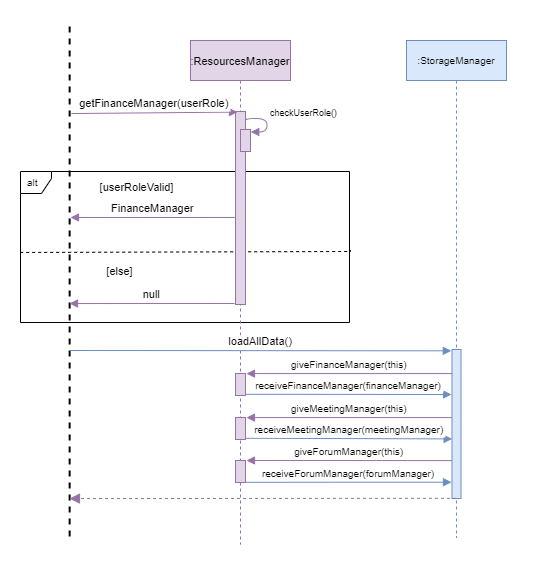
The draw.io diagram docs/developerGuideDiagrams/resourcesSequenceDiagram.png in theeugenechong/tp, before a commit. Source tidied: cells renumbered, new cells last; positions are measured from the earlier drawing's top-left corner, leaving out a move shared by most shapes.
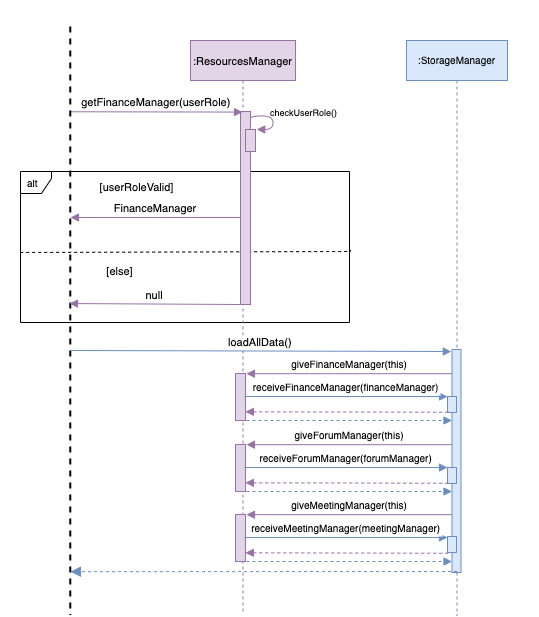
Later version of the same file.

Commit message:
updated resources sequence diagram

Change to the diagram source:
```diff
@@ -17,53 +17,45 @@
       </mxGeometry>
     </mxCell>
     <mxCell id="5" value=":ResourcesManager" style="shape=umlLifeline;perimeter=lifelinePerimeter;rounded=0;shadow=0;strokeWidth=1;fontFamily=Helvetica;fontSize=11;fillColor=#e1d5e7;strokeColor=#9673a6;" parent="1" vertex="1">
-      <mxGeometry x="190" y="40" width="100" height="504" as="geometry" />
+      <mxGeometry x="190" y="40" width="105" height="571" as="geometry" />
     </mxCell>
     <mxCell id="6" style="points=[];perimeter=orthogonalPerimeter;rounded=0;shadow=0;strokeWidth=1;fontFamily=Helvetica;fontSize=11;fillColor=#e1d5e7;strokeColor=#9673a6;" parent="5" vertex="1">
-      <mxGeometry x="45" y="71" width="10" height="193" as="geometry" />
+      <mxGeometry x="50" y="71" width="10" height="193" as="geometry" />
     </mxCell>
     <mxCell id="7" style="points=[];perimeter=orthogonalPerimeter;rounded=0;shadow=0;strokeWidth=1;fontFamily=Helvetica;fontSize=11;fillColor=#e1d5e7;strokeColor=#9673a6;" parent="5" vertex="1">
-      <mxGeometry x="45" y="333" width="10" height="22" as="geometry" />
+      <mxGeometry x="45" y="333" width="10" height="47" as="geometry" />
     </mxCell>
-    <mxCell id="8" style="points=[];perimeter=orthogonalPerimeter;rounded=0;shadow=0;strokeWidth=1;fontFamily=Helvetica;fontSize=11;fillColor=#e1d5e7;strokeColor=#9673a6;" parent="5" vertex="1">
-      <mxGeometry x="45" y="377" width="10" height="22" as="geometry" />
-    </mxCell>
-    <mxCell id="9" value="giveMeetingManager(this)" style="verticalAlign=bottom;endArrow=block;shadow=0;strokeWidth=1;fontFamily=Helvetica;fontSize=10;fillColor=#e1d5e7;strokeColor=#9673a6;entryX=1.097;entryY=0.004;entryDx=0;entryDy=0;entryPerimeter=0;" parent="5" edge="1" target="8">
-      <mxGeometry relative="1" as="geometry">
-        <mxPoint x="261.5" y="377.1" as="sourcePoint" />
-      </mxGeometry>
-    </mxCell>
-    <mxCell id="10" style="perimeter=orthogonalPerimeter;rounded=0;shadow=0;strokeWidth=1;fontFamily=Helvetica;fontSize=11;fillColor=#e1d5e7;strokeColor=#9673a6;" parent="5" vertex="1">
-      <mxGeometry x="45" y="420" width="10" height="22" as="geometry" />
-    </mxCell>
-    <mxCell id="11" value="giveForumManager(this)" style="verticalAlign=bottom;endArrow=block;shadow=0;strokeWidth=1;fontFamily=Helvetica;fontSize=10;fillColor=#e1d5e7;strokeColor=#9673a6;" parent="5" edge="1">
-      <mxGeometry relative="1" as="geometry">
-        <mxPoint x="261.5" y="420.1" as="sourcePoint" />
-        <mxPoint x="56" y="420" as="targetPoint" />
-      </mxGeometry>
-    </mxCell>
-    <mxCell id="12" value="getFinanceManager(userRole)" style="verticalAlign=bottom;endArrow=block;shadow=0;strokeWidth=1;fontFamily=Helvetica;fontSize=11;fillColor=#e1d5e7;strokeColor=#9673a6;exitX=0.17;exitY=0.275;exitDx=0;exitDy=0;exitPerimeter=0;entryX=0.2;entryY=0.003;entryDx=0;entryDy=0;entryPerimeter=0;labelBorderColor=none;labelBackgroundColor=#FFFFFF;" parent="1" edge="1" source="13" target="6">
+    <mxCell id="12" value="getFinanceManager(userRole)" style="verticalAlign=bottom;endArrow=block;shadow=0;strokeWidth=1;fontFamily=Helvetica;fontSize=11;fillColor=#e1d5e7;strokeColor=#9673a6;entryX=0.2;entryY=0.003;entryDx=0;entryDy=0;entryPerimeter=0;labelBorderColor=none;labelBackgroundColor=#FFFFFF;exitX=0.145;exitY=0.564;exitDx=0;exitDy=0;exitPerimeter=0;" parent="1" edge="1" source="13" target="6">
       <mxGeometry relative="1" as="geometry" />
     </mxCell>
     <mxCell id="13" style="line;strokeWidth=2;direction=south;html=1;fontSize=10;dashed=1;" parent="1" vertex="1">
-      <mxGeometry x="65" y="26" width="8.3" height="512" as="geometry" />
+      <mxGeometry x="65" y="26" width="9.5" height="588" as="geometry" />
     </mxCell>
     <mxCell id="14" value=":StorageManager" style="shape=umlLifeline;perimeter=lifelinePerimeter;rounded=0;shadow=0;strokeWidth=1;fontFamily=Helvetica;fontSize=10;fillColor=#dae8fc;strokeColor=#6c8ebf;" parent="1" vertex="1">
-      <mxGeometry x="406" y="40" width="100" height="497" as="geometry" />
+      <mxGeometry x="406" y="40" width="101" height="575" as="geometry" />
     </mxCell>
     <mxCell id="15" style="points=[];perimeter=orthogonalPerimeter;rounded=0;shadow=0;strokeWidth=1;fontFamily=Helvetica;fontSize=11;fillColor=#dae8fc;strokeColor=#6c8ebf;" parent="14" vertex="1">
-      <mxGeometry x="45.5" y="309" width="9" height="149" as="geometry" />
+      <mxGeometry x="45.5" y="309" width="9" height="223" as="geometry" />
     </mxCell>
+    <mxCell id="29" style="points=[];perimeter=orthogonalPerimeter;rounded=0;shadow=0;strokeWidth=1;fontFamily=Helvetica;fontSize=11;fillColor=#dae8fc;strokeColor=#6c8ebf;" parent="14" vertex="1">
+      <mxGeometry x="41" y="356" width="9" height="16" as="geometry" />
+    </mxCell>
+    <mxCell id="30" style="perimeter=orthogonalPerimeter;rounded=0;shadow=0;strokeWidth=1;fontFamily=Helvetica;fontSize=11;fillColor=#dae8fc;strokeColor=#6c8ebf;" parent="14" vertex="1">
+      <mxGeometry x="41" y="427" width="9" height="16" as="geometry" />
+    </mxCell>
+    <mxCell id="31" style="perimeter=orthogonalPerimeter;rounded=0;shadow=0;strokeWidth=1;fontFamily=Helvetica;fontSize=11;fillColor=#dae8fc;strokeColor=#6c8ebf;" parent="14" vertex="1">
+      <mxGeometry x="41" y="496" width="9" height="16" as="geometry" />
+    </mxCell>
     <mxCell id="16" value="[userRoleValid]" style="text;html=1;align=center;verticalAlign=middle;strokeColor=none;fillColor=none;rounded=0;hachureGap=4;fontFamily=Helvetica;fontSize=11;" parent="1" vertex="1">
       <mxGeometry x="94" y="178" width="84" height="17" as="geometry" />
     </mxCell>
     <mxCell id="17" value="[else]" style="text;html=1;align=center;verticalAlign=middle;strokeColor=none;fillColor=none;rounded=0;hachureGap=4;fontFamily=Helvetica;fontSize=11;" parent="1" vertex="1">
       <mxGeometry x="101" y="262" width="36" height="17" as="geometry" />
     </mxCell>
-    <mxCell id="18" style="verticalAlign=bottom;endArrow=block;dashed=1;endSize=8;shadow=0;strokeWidth=1;fontFamily=Helvetica;fontSize=11;fillColor=#e1d5e7;strokeColor=#9673a6;endFill=1;exitX=0.447;exitY=0.999;exitDx=0;exitDy=0;exitPerimeter=0;entryX=0.889;entryY=0.517;entryDx=0;entryDy=0;entryPerimeter=0;" parent="1" edge="1">
+    <mxCell id="18" style="verticalAlign=bottom;endArrow=block;dashed=1;endSize=8;shadow=0;strokeWidth=1;fontFamily=Helvetica;fontSize=11;fillColor=#dae8fc;strokeColor=#6c8ebf;endFill=1;exitX=0.447;exitY=0.999;exitDx=0;exitDy=0;exitPerimeter=0;entryX=0.889;entryY=0.517;entryDx=0;entryDy=0;entryPerimeter=0;" parent="1" edge="1">
       <mxGeometry x="0.01" relative="1" as="geometry">
-        <mxPoint x="455.5" y="497.9" as="sourcePoint" />
-        <mxPoint x="69" y="498.1" as="targetPoint" />
+        <mxPoint x="456.5" y="571" as="sourcePoint" />
+        <mxPoint x="70" y="571.2" as="targetPoint" />
       </mxGeometry>
     </mxCell>
     <mxCell id="19" value="giveFinanceManager(this)" style="verticalAlign=bottom;endArrow=block;shadow=0;strokeWidth=1;fontFamily=Helvetica;fontSize=10;fillColor=#e1d5e7;strokeColor=#9673a6;entryX=1.097;entryY=0.004;entryDx=0;entryDy=0;entryPerimeter=0;" parent="1" edge="1" source="15" target="7">
@@ -71,17 +63,17 @@
     </mxCell>
     <mxCell id="20" style="curved=1;endArrow=block;html=1;rounded=0;fontFamily=Helvetica;fontSize=10;edgeStyle=orthogonalEdgeStyle;entryX=0.976;entryY=0.048;entryDx=0;entryDy=0;entryPerimeter=0;exitX=1.052;exitY=0.177;exitDx=0;exitDy=0;exitPerimeter=0;fillColor=#e1d5e7;strokeColor=#9673a6;endFill=1;" parent="1" edge="1">
       <mxGeometry relative="1" as="geometry">
-        <mxPoint x="245" y="120" as="sourcePoint" />
-        <mxPoint x="250.3" y="131.5" as="targetPoint" />
+        <mxPoint x="251" y="117.5" as="sourcePoint" />
+        <mxPoint x="256.2" y="129" as="targetPoint" />
         <Array as="points">
-          <mxPoint x="245.5" y="118" />
-          <mxPoint x="266.5" y="118" />
-          <mxPoint x="266.5" y="132" />
+          <mxPoint x="251.5" y="115.5" />
+          <mxPoint x="272.5" y="115.5" />
+          <mxPoint x="272.5" y="129.5" />
         </Array>
       </mxGeometry>
     </mxCell>
     <mxCell id="21" style="perimeter=orthogonalPerimeter;rounded=0;shadow=0;strokeWidth=1;fontFamily=Helvetica;fontSize=11;fillColor=#e1d5e7;strokeColor=#9673a6;" parent="1" vertex="1">
-      <mxGeometry x="240" y="129" width="10" height="22" as="geometry" />
+      <mxGeometry x="245" y="129" width="10" height="22" as="geometry" />
     </mxCell>
     <mxCell id="22" value="checkUserRole()" style="text;html=1;align=center;verticalAlign=middle;strokeColor=none;fillColor=none;rounded=0;hachureGap=4;fontFamily=Helvetica;fontSize=9;" parent="1" vertex="1">
       <mxGeometry x="264" y="104" width="77" height="15" as="geometry" />
@@ -91,9 +83,8 @@
         <mxPoint x="70" y="217" as="targetPoint" />
       </mxGeometry>
     </mxCell>
-    <mxCell id="24" value="null" style="verticalAlign=bottom;endArrow=block;shadow=0;strokeWidth=1;fontFamily=Helvetica;fontSize=11;fillColor=#e1d5e7;strokeColor=#9673a6;exitX=0;exitY=0.549;exitDx=0;exitDy=0;exitPerimeter=0;" parent="1" edge="1">
+    <mxCell id="24" value="null" style="verticalAlign=bottom;endArrow=block;shadow=0;strokeWidth=1;fontFamily=Helvetica;fontSize=11;fillColor=#e1d5e7;strokeColor=#9673a6;exitX=-0.011;exitY=1;exitDx=0;exitDy=0;exitPerimeter=0;" parent="1" edge="1" source="6">
       <mxGeometry relative="1" as="geometry">
-        <mxPoint x="234" y="303" as="sourcePoint" />
         <mxPoint x="69" y="303" as="targetPoint" />
       </mxGeometry>
     </mxCell>
@@ -102,19 +93,64 @@
         <mxPoint x="69" y="350" as="sourcePoint" />
       </mxGeometry>
     </mxCell>
-    <mxCell id="26" value="receiveFinanceManager(financeManager)" style="verticalAlign=bottom;endArrow=block;shadow=0;strokeWidth=1;fontFamily=Helvetica;fontSize=10;fillColor=#dae8fc;strokeColor=#6c8ebf;exitX=1.028;exitY=0.944;exitDx=0;exitDy=0;exitPerimeter=0;" parent="1" edge="1" source="7">
-      <mxGeometry relative="1" as="geometry">
-        <mxPoint x="451" y="394" as="targetPoint" />
-      </mxGeometry>
+    <mxCell id="26" value="receiveFinanceManager(financeManager)" style="verticalAlign=bottom;endArrow=block;shadow=0;strokeWidth=1;fontFamily=Helvetica;fontSize=10;fillColor=#dae8fc;strokeColor=#6c8ebf;exitX=0.895;exitY=0.49;exitDx=0;exitDy=0;exitPerimeter=0;" parent="1" edge="1" source="7" target="29">
+      <mxGeometry relative="1" as="geometry" />
     </mxCell>
+    <mxCell id="32" style="verticalAlign=bottom;endArrow=block;shadow=0;strokeWidth=1;fontFamily=Helvetica;fontSize=10;fillColor=#e1d5e7;strokeColor=#9673a6;dashed=1;exitX=0.085;exitY=0.985;exitDx=0;exitDy=0;exitPerimeter=0;entryX=0.99;entryY=0.815;entryDx=0;entryDy=0;entryPerimeter=0;" parent="1" edge="1" source="29" target="7">
+      <mxGeometry relative="1" as="geometry" />
+    </mxCell>
+    <mxCell id="33" style="verticalAlign=bottom;endArrow=block;shadow=0;strokeWidth=1;fontFamily=Helvetica;fontSize=10;fillColor=#dae8fc;strokeColor=#6c8ebf;exitX=0.895;exitY=0.49;exitDx=0;exitDy=0;exitPerimeter=0;dashed=1;" parent="1" edge="1" target="15">
+      <mxGeometry relative="1" as="geometry">
+        <mxPoint x="246" y="420" as="sourcePoint" />
+      </mxGeometry>
+    </mxCell>
+    <mxCell id="34" style="points=[];perimeter=orthogonalPerimeter;rounded=0;shadow=0;strokeWidth=1;fontFamily=Helvetica;fontSize=11;fillColor=#e1d5e7;strokeColor=#9673a6;" parent="1" vertex="1">
+      <mxGeometry x="235" y="444" width="10" height="47" as="geometry" />
+    </mxCell>
+    <mxCell id="11" value="giveForumManager(this)" style="verticalAlign=bottom;endArrow=block;shadow=0;strokeWidth=1;fontFamily=Helvetica;fontSize=10;fillColor=#e1d5e7;strokeColor=#9673a6;entryX=1.097;entryY=0.004;entryDx=0;entryDy=0;entryPerimeter=0;" parent="1" edge="1" target="34">
+      <mxGeometry relative="1" as="geometry">
+        <mxPoint x="451.5" y="444.2" as="sourcePoint" />
+      </mxGeometry>
+    </mxCell>
+    <mxCell id="28" value="receiveForumManager(forumManager)" style="verticalAlign=bottom;endArrow=block;shadow=0;strokeWidth=1;fontFamily=Helvetica;fontSize=10;fillColor=#dae8fc;strokeColor=#6c8ebf;exitX=0.895;exitY=0.49;exitDx=0;exitDy=0;exitPerimeter=0;" parent="1" edge="1" source="34">
+      <mxGeometry relative="1" as="geometry">
+        <mxPoint x="447" y="467" as="targetPoint" />
+      </mxGeometry>
+    </mxCell>
+    <mxCell id="35" style="verticalAlign=bottom;endArrow=block;shadow=0;strokeWidth=1;fontFamily=Helvetica;fontSize=10;fillColor=#e1d5e7;strokeColor=#9673a6;dashed=1;exitX=0.085;exitY=0.985;exitDx=0;exitDy=0;exitPerimeter=0;entryX=0.99;entryY=0.815;entryDx=0;entryDy=0;entryPerimeter=0;" parent="1" edge="1" target="34">
+      <mxGeometry relative="1" as="geometry">
+        <mxPoint x="447.8" y="482.8" as="sourcePoint" />
+      </mxGeometry>
+    </mxCell>
+    <mxCell id="36" style="verticalAlign=bottom;endArrow=block;shadow=0;strokeWidth=1;fontFamily=Helvetica;fontSize=10;fillColor=#dae8fc;strokeColor=#6c8ebf;exitX=0.895;exitY=0.49;exitDx=0;exitDy=0;exitPerimeter=0;dashed=1;" parent="1" edge="1">
+      <mxGeometry relative="1" as="geometry">
+        <mxPoint x="246" y="491" as="sourcePoint" />
+        <mxPoint x="451.5" y="491" as="targetPoint" />
+      </mxGeometry>
+    </mxCell>
+    <mxCell id="37" style="points=[];perimeter=orthogonalPerimeter;rounded=0;shadow=0;strokeWidth=1;fontFamily=Helvetica;fontSize=11;fillColor=#e1d5e7;strokeColor=#9673a6;" parent="1" vertex="1">
+      <mxGeometry x="235" y="514" width="10" height="47" as="geometry" />
+    </mxCell>
+    <mxCell id="9" value="giveMeetingManager(this)" style="verticalAlign=bottom;endArrow=block;shadow=0;strokeWidth=1;fontFamily=Helvetica;fontSize=10;fillColor=#e1d5e7;strokeColor=#9673a6;entryX=1.097;entryY=0.004;entryDx=0;entryDy=0;entryPerimeter=0;" parent="1" edge="1" target="37">
+      <mxGeometry relative="1" as="geometry">
+        <mxPoint x="451.5" y="514.2" as="sourcePoint" />
+      </mxGeometry>
+    </mxCell>
-    <mxCell id="27" value="receiveMeetingManager(meetingManager)" style="verticalAlign=bottom;endArrow=block;shadow=0;strokeWidth=1;fontFamily=Helvetica;fontSize=10;fillColor=#dae8fc;strokeColor=#6c8ebf;exitX=1.028;exitY=0.944;exitDx=0;exitDy=0;exitPerimeter=0;entryX=0.019;entryY=0.6;entryDx=0;entryDy=0;entryPerimeter=0;" parent="1" edge="1" source="8" target="15">
-      <mxGeometry relative="1" as="geometry" />
+    <mxCell id="27" value="receiveMeetingManager(meetingManager)" style="verticalAlign=bottom;endArrow=block;shadow=0;strokeWidth=1;fontFamily=Helvetica;fontSize=10;fillColor=#dae8fc;strokeColor=#6c8ebf;exitX=0.895;exitY=0.49;exitDx=0;exitDy=0;exitPerimeter=0;" parent="1" edge="1" source="37">
+      <mxGeometry relative="1" as="geometry">
+        <mxPoint x="447" y="537" as="targetPoint" />
+      </mxGeometry>
     </mxCell>
-    <mxCell id="28" value="receiveForumManager(forumManager)" style="verticalAlign=bottom;endArrow=block;shadow=0;strokeWidth=1;fontFamily=Helvetica;fontSize=10;fillColor=#dae8fc;strokeColor=#6c8ebf;exitX=1.028;exitY=0.944;exitDx=0;exitDy=0;exitPerimeter=0;entryX=-0.056;entryY=0.884;entryDx=0;entryDy=0;entryPerimeter=0;" parent="1" edge="1">
-      <mxGeometry relative="1" as="geometry">
-        <mxPoint x="245.3" y="481.8" as="sourcePoint" />
-        <mxPoint x="451" y="481.7" as="targetPoint" />
-      </mxGeometry>
-    </mxCell>
+    <mxCell id="38" style="verticalAlign=bottom;endArrow=block;shadow=0;strokeWidth=1;fontFamily=Helvetica;fontSize=10;fillColor=#e1d5e7;strokeColor=#9673a6;dashed=1;exitX=0.085;exitY=0.985;exitDx=0;exitDy=0;exitPerimeter=0;entryX=0.99;entryY=0.815;entryDx=0;entryDy=0;entryPerimeter=0;" parent="1" edge="1" target="37">
+      <mxGeometry relative="1" as="geometry">
+        <mxPoint x="447.8" y="552.8" as="sourcePoint" />
+      </mxGeometry>
+    </mxCell>
+    <mxCell id="39" style="verticalAlign=bottom;endArrow=block;shadow=0;strokeWidth=1;fontFamily=Helvetica;fontSize=10;fillColor=#dae8fc;strokeColor=#6c8ebf;exitX=0.895;exitY=0.49;exitDx=0;exitDy=0;exitPerimeter=0;dashed=1;" parent="1" edge="1">
+      <mxGeometry relative="1" as="geometry">
+        <mxPoint x="246" y="561" as="sourcePoint" />
+        <mxPoint x="451.5" y="561" as="targetPoint" />
+      </mxGeometry>
+    </mxCell>
   </root>
 </mxGraphModel>
```
